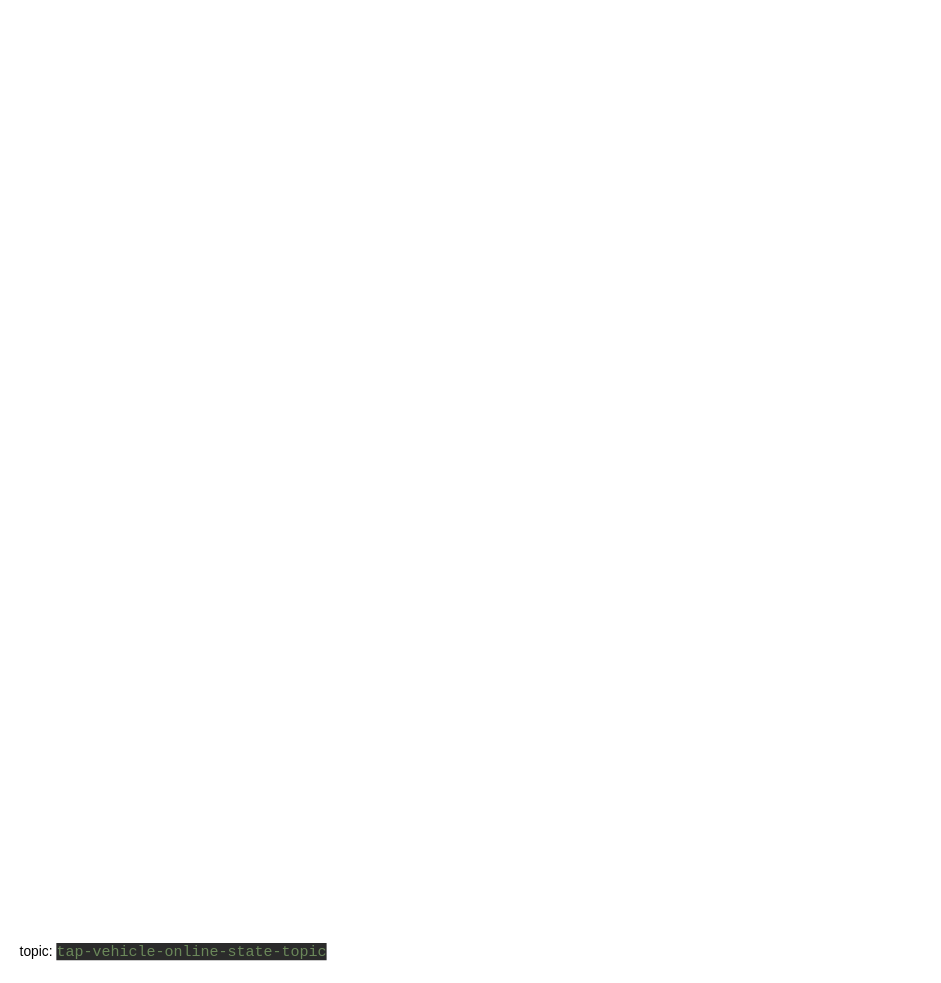
Above: page "设备上下线记录" (5 of 6) of 流程图.drawio in leotita2024/AbilityRpository (draw.io), before the change. Source tidied: cells renumbered, new cells numbered last; positions are measured from the earlier drawing's top-left corner, leaving out a move shared by most shapes. Both pictures are drawn from the tidied source at 115%, with x=0, y=0 at pixel (23, 940).
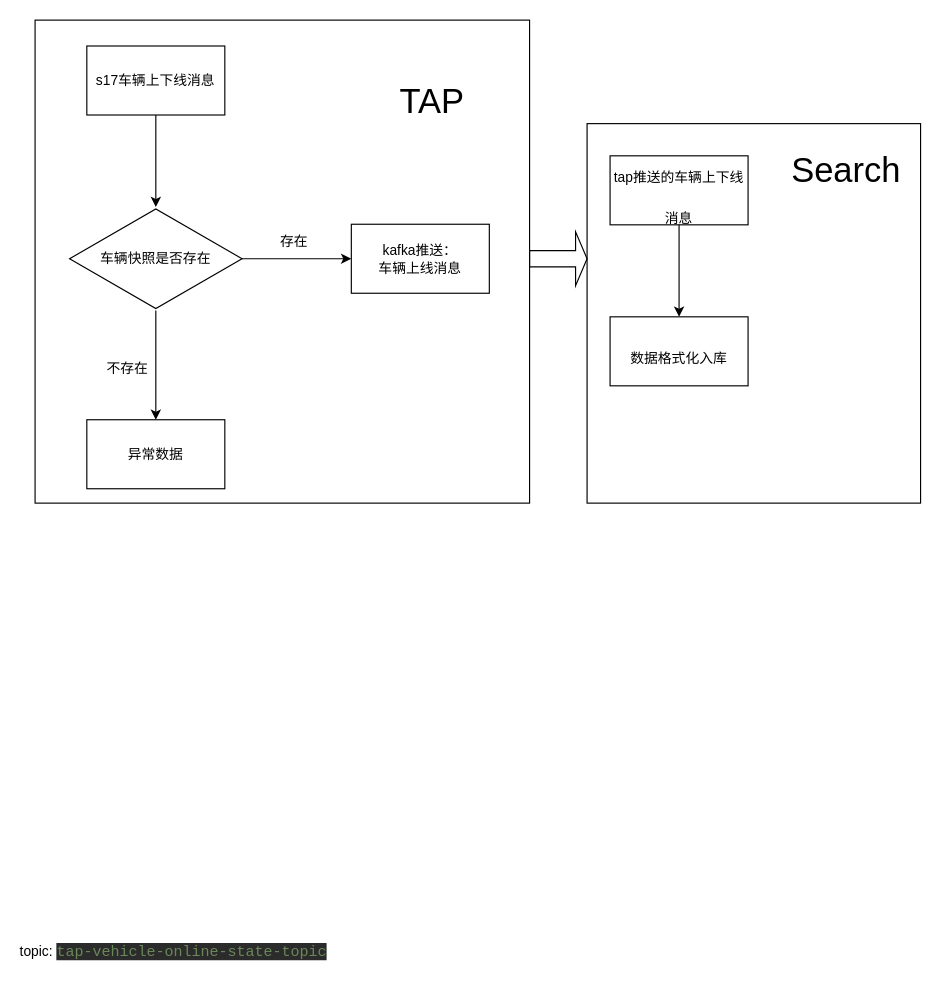
The same diagram, later.

Diff of the diagram source:
```diff
@@
 <mxGraphModel>
   <root>
     <mxCell id="0" />
     <mxCell id="1" parent="0" />
     <mxCell id="2" value="topic:&amp;nbsp;&lt;span style=&quot;color: rgb(106 , 135 , 89) ; background-color: rgb(43 , 43 , 43) ; font-family: &amp;#34;jetbrains mono&amp;#34; , monospace ; font-size: 9.8pt&quot;&gt;tap-vehicle-online-state-topic&lt;/span&gt;" style="text;html=1;align=center;verticalAlign=middle;strokeColor=none;fillColor=none;" parent="1" vertex="1">
       <mxGeometry width="260" height="20" as="geometry" />
     </mxCell>
+    <mxCell id="3" style="edgeStyle=none;html=1;" parent="1" edge="1" source="4" target="7">
+      <mxGeometry relative="1" as="geometry" />
+    </mxCell>
+    <mxCell id="4" value="s17车辆上下线消息" style="rounded=0;whiteSpace=wrap;html=1;" parent="1" vertex="1">
+      <mxGeometry x="55" y="-777.5" width="120" height="60" as="geometry" />
+    </mxCell>
+    <mxCell id="5" style="edgeStyle=none;html=1;" parent="1" edge="1" source="7" target="8">
+      <mxGeometry relative="1" as="geometry" />
+    </mxCell>
+    <mxCell id="6" style="edgeStyle=none;html=1;" parent="1" edge="1" source="7" target="10">
+      <mxGeometry relative="1" as="geometry" />
+    </mxCell>
+    <mxCell id="7" value="车辆快照是否存在" style="html=1;whiteSpace=wrap;shape=isoRectangle;" parent="1" vertex="1">
+      <mxGeometry x="40" y="-637.5" width="150" height="90" as="geometry" />
+    </mxCell>
+    <mxCell id="8" value="异常数据" style="whiteSpace=wrap;html=1;" parent="1" vertex="1">
+      <mxGeometry x="55" y="-452.5" width="120" height="60" as="geometry" />
+    </mxCell>
+    <mxCell id="9" value="不存在" style="text;html=1;align=center;verticalAlign=middle;strokeColor=none;fillColor=none;" parent="1" vertex="1">
+      <mxGeometry x="65" y="-507.5" width="50" height="20" as="geometry" />
+    </mxCell>
+    <mxCell id="10" value="kafka推送：&lt;br&gt;车辆上线消息" style="whiteSpace=wrap;html=1;" parent="1" vertex="1">
+      <mxGeometry x="285" y="-622.5" width="120" height="60" as="geometry" />
+    </mxCell>
+    <mxCell id="11" value="存在" style="text;html=1;align=center;verticalAlign=middle;strokeColor=none;fillColor=none;" parent="1" vertex="1">
+      <mxGeometry x="215" y="-617.5" width="40" height="20" as="geometry" />
+    </mxCell>
+    <mxCell id="12" style="rounded=0;whiteSpace=wrap;html=1;fillColor=none;" parent="1" vertex="1">
+      <mxGeometry x="10" y="-800" width="430" height="420" as="geometry" />
+    </mxCell>
+    <mxCell id="13" value="TAP" style="text;html=1;align=center;verticalAlign=middle;strokeColor=none;fillColor=none;fontSize=30;" parent="1" vertex="1">
+      <mxGeometry x="320" y="-750" width="70" height="40" as="geometry" />
+    </mxCell>
+    <mxCell id="14" style="rounded=0;whiteSpace=wrap;html=1;fontSize=30;fillColor=none;" parent="1" vertex="1">
+      <mxGeometry x="490" y="-710" width="290" height="330" as="geometry" />
+    </mxCell>
+    <mxCell id="15" value="Search" style="text;html=1;align=center;verticalAlign=middle;strokeColor=none;fillColor=none;fontSize=30;" parent="1" vertex="1">
+      <mxGeometry x="660" y="-690" width="110" height="40" as="geometry" />
+    </mxCell>
+    <mxCell id="16" style="shape=singleArrow;whiteSpace=wrap;html=1;fontSize=30;fillColor=none;" parent="1" vertex="1">
+      <mxGeometry x="440" y="-616" width="50" height="47" as="geometry" />
+    </mxCell>
+    <mxCell id="17" style="edgeStyle=none;html=1;fontSize=12;" parent="1" edge="1" source="18" target="19">
+      <mxGeometry relative="1" as="geometry" />
+    </mxCell>
+    <mxCell id="18" value="&lt;font style=&quot;font-size: 12px&quot;&gt;tap推送的车辆上下线消息&lt;/font&gt;" style="rounded=0;whiteSpace=wrap;html=1;fontSize=30;fillColor=none;" parent="1" vertex="1">
+      <mxGeometry x="510" y="-682" width="120" height="60" as="geometry" />
+    </mxCell>
+    <mxCell id="19" value="&lt;font style=&quot;font-size: 12px&quot;&gt;数据格式化入库&lt;/font&gt;" style="whiteSpace=wrap;html=1;fontSize=30;fillColor=none;rounded=0;" parent="1" vertex="1">
+      <mxGeometry x="510" y="-542" width="120" height="60" as="geometry" />
+    </mxCell>
   </root>
 </mxGraphModel>
```
